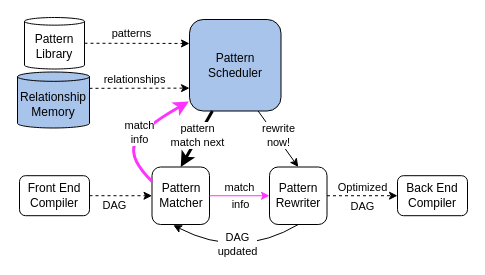
The draw.io diagram 未命名绘图.drawio in RosaryXiang/draw, before the edit. Source tidied: cells renumbered, new cells numbered last; positions are measured from the earlier drawing's top-left corner, leaving out a move shared by most shapes. Both pictures are drawn from the tidied source at 100%, with x=0, y=0 at pixel (17, 17).
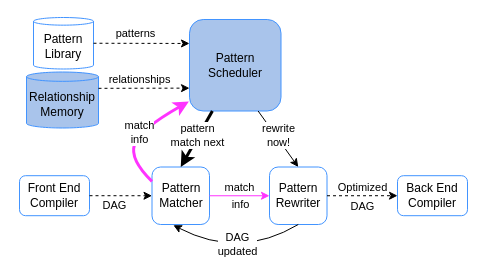
After the change.

Commit message:
未命名绘图.drawio

Diff of the diagram source:
```diff
@@
-    <mxCell id="2" value="Pattern&lt;br&gt;Scheduler" style="whiteSpace=wrap;html=1;fillColor=#A9C4EB;rounded=1;" parent="1" vertex="1">
+    <mxCell id="2" value="Pattern&lt;br&gt;Scheduler" style="whiteSpace=wrap;html=1;fillColor=#A9C4EB;rounded=1;strokeColor=#4294FF;" parent="1" vertex="1">
       <mxGeometry x="172" y="2" width="91.5" height="91.5" as="geometry" />
     </mxCell>
-    <mxCell id="3" value="Front End &lt;br&gt;Compiler" style="rounded=1;whiteSpace=wrap;html=1;" parent="1" vertex="1">
+    <mxCell id="3" value="Front End &lt;br&gt;Compiler" style="rounded=1;whiteSpace=wrap;html=1;strokeColor=#4294FF;" parent="1" vertex="1">
       <mxGeometry x="2" y="158.2" width="70" height="40" as="geometry" />
     </mxCell>
@@
-    <mxCell id="6" value="Pattern Matcher" style="whiteSpace=wrap;html=1;rounded=1;" parent="1" vertex="1">
+    <mxCell id="6" value="Pattern Matcher" style="whiteSpace=wrap;html=1;rounded=1;strokeColor=#4294FF;" parent="1" vertex="1">
       <mxGeometry x="134.5" y="149.5" width="57.5" height="57.5" as="geometry" />
     </mxCell>
-    <mxCell id="7" value="Pattern&lt;br&gt;Rewriter" style="whiteSpace=wrap;html=1;rounded=1;" parent="1" vertex="1">
+    <mxCell id="7" value="Pattern&lt;br&gt;Rewriter" style="whiteSpace=wrap;html=1;rounded=1;strokeColor=#4294FF;" parent="1" vertex="1">
       <mxGeometry x="252" y="149.5" width="57.5" height="57.5" as="geometry" />
     </mxCell>
@@
-    <mxCell id="20" value="Back End Compiler" style="rounded=1;whiteSpace=wrap;html=1;" parent="1" vertex="1">
+    <mxCell id="20" value="Back End Compiler" style="rounded=1;whiteSpace=wrap;html=1;strokeColor=#4294FF;" parent="1" vertex="1">
       <mxGeometry x="380" y="158.2" width="70" height="40" as="geometry" />
     </mxCell>
@@
-    <mxCell id="23" value="Relationship&lt;br&gt;Memory" style="shape=cylinder3;whiteSpace=wrap;html=1;boundedLbl=1;backgroundOutline=1;size=4.666656494140625;fillColor=#A9C4EB;" parent="1" vertex="1">
-      <mxGeometry y="54.5" width="72" height="56" as="geometry" />
+    <mxCell id="23" value="Relationship&lt;br&gt;Memory" style="shape=cylinder3;whiteSpace=wrap;html=1;boundedLbl=1;backgroundOutline=1;size=4.666656494140625;fillColor=#A9C4EB;strokeColor=#4294FF;" parent="1" vertex="1">
+      <mxGeometry x="9" y="54.5" width="72" height="56" as="geometry" />
     </mxCell>
@@
-    <mxCell id="26" value="Pattern&lt;br&gt;Library" style="shape=cylinder3;whiteSpace=wrap;html=1;boundedLbl=1;backgroundOutline=1;size=3.833343505859375;" parent="1" vertex="1">
-      <mxGeometry x="7" width="60" height="51.5" as="geometry" />
+    <mxCell id="26" value="Pattern&lt;br&gt;Library" style="shape=cylinder3;whiteSpace=wrap;html=1;boundedLbl=1;backgroundOutline=1;size=3.833343505859375;strokeColor=#4294FF;" parent="1" vertex="1">
+      <mxGeometry x="16" width="60" height="51.5" as="geometry" />
     </mxCell>
```
